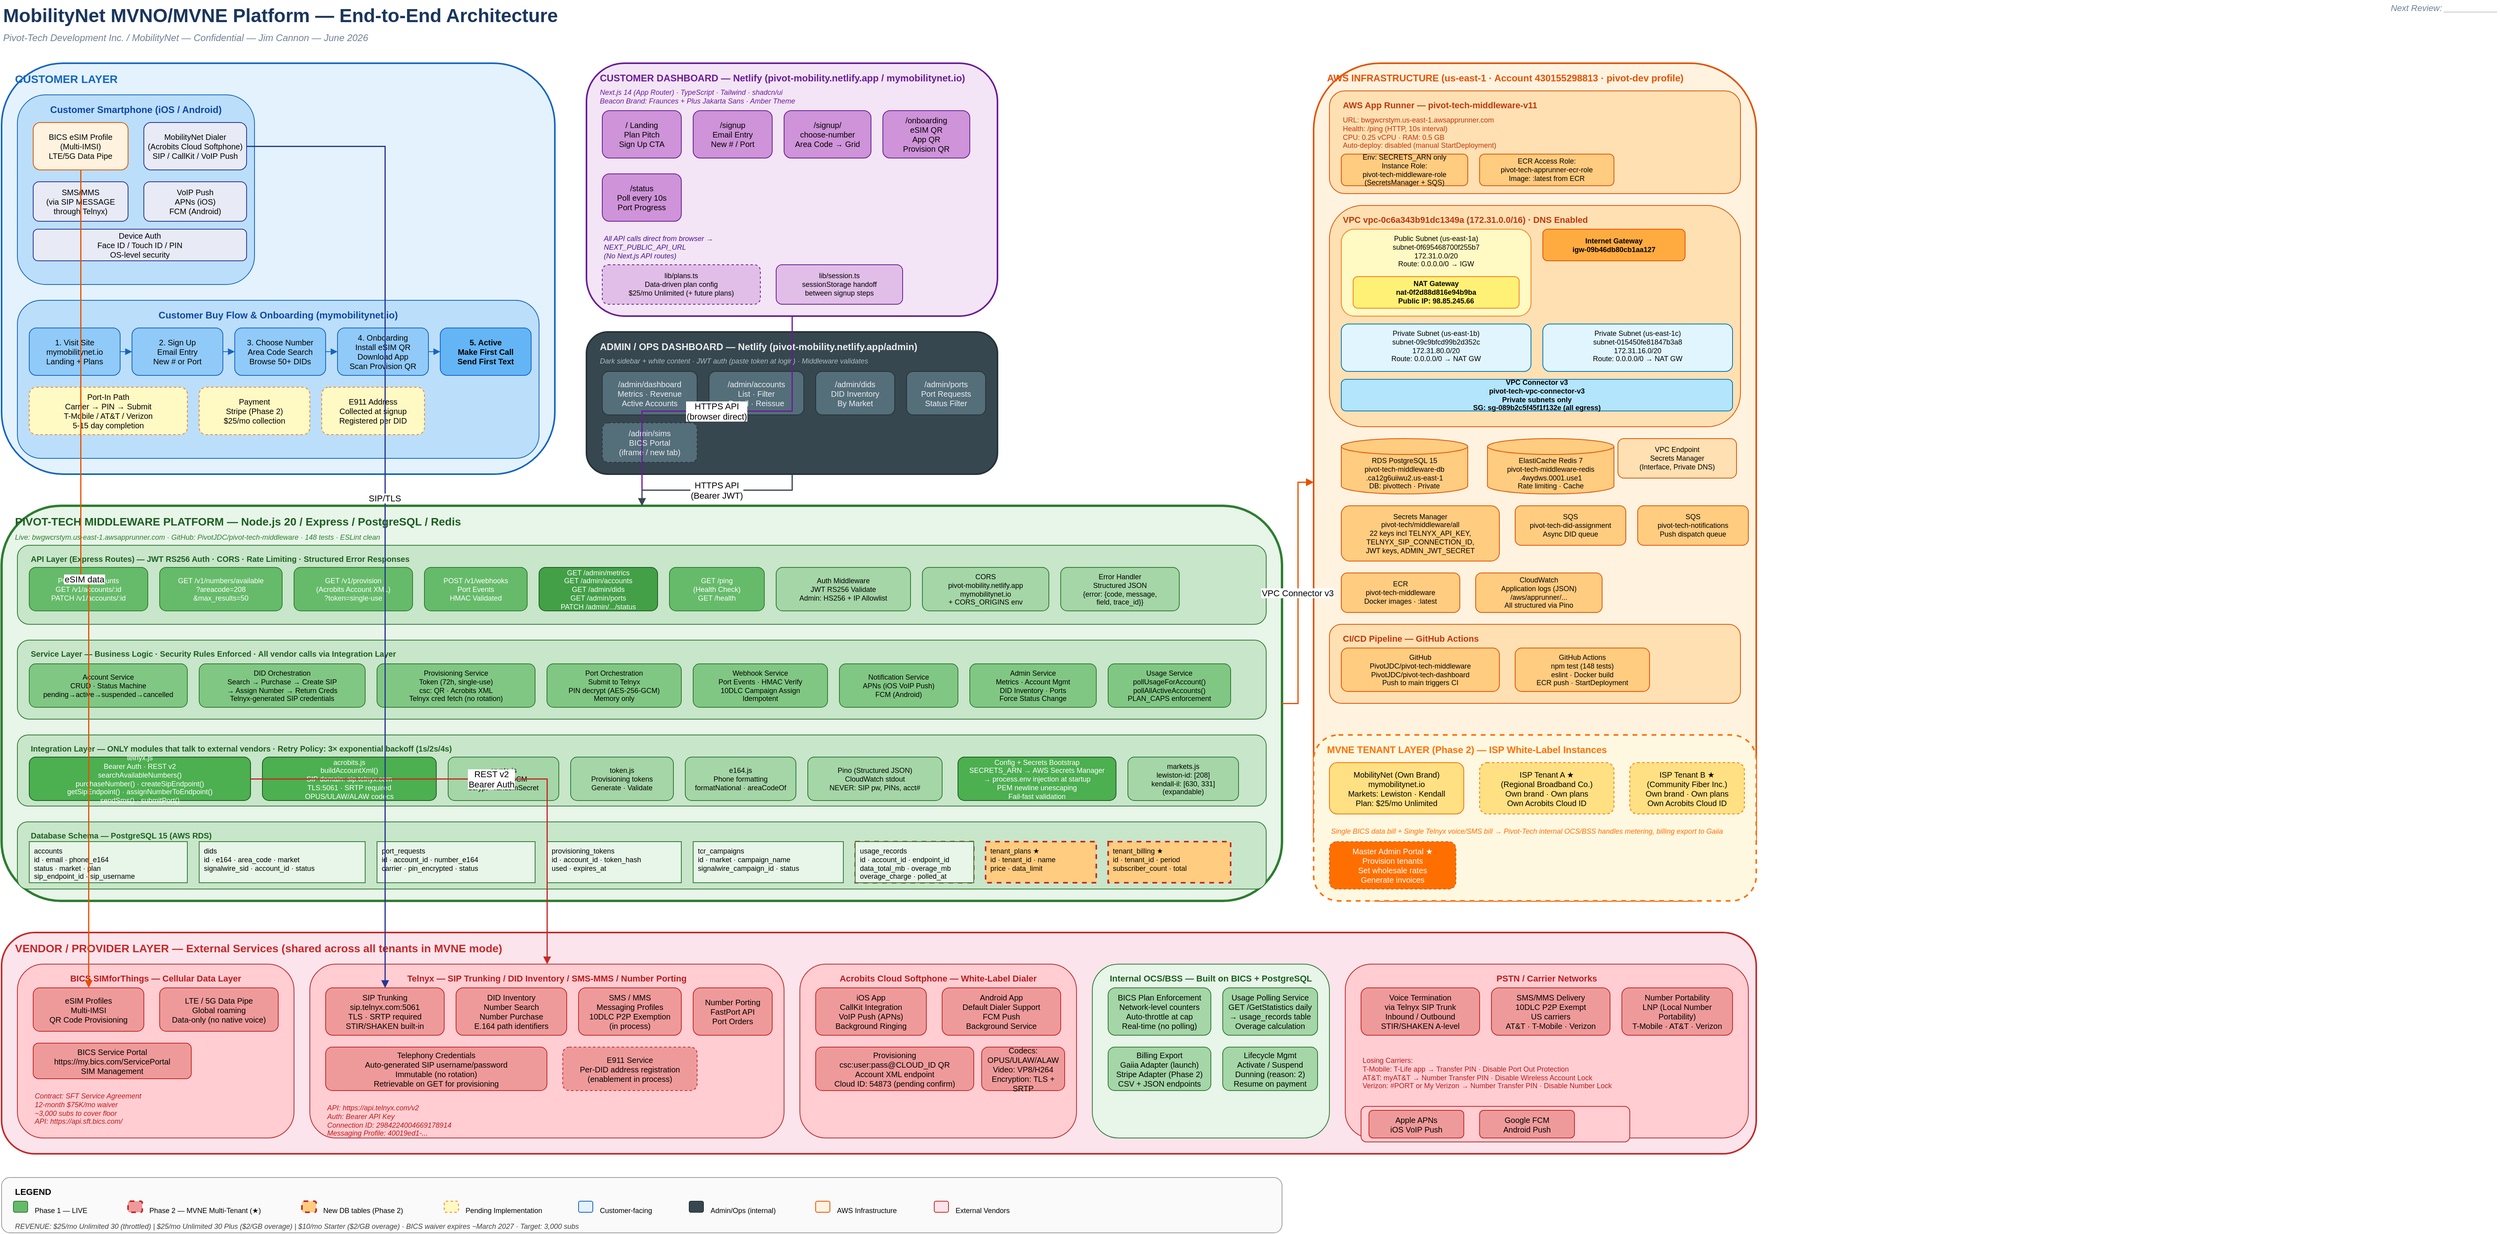
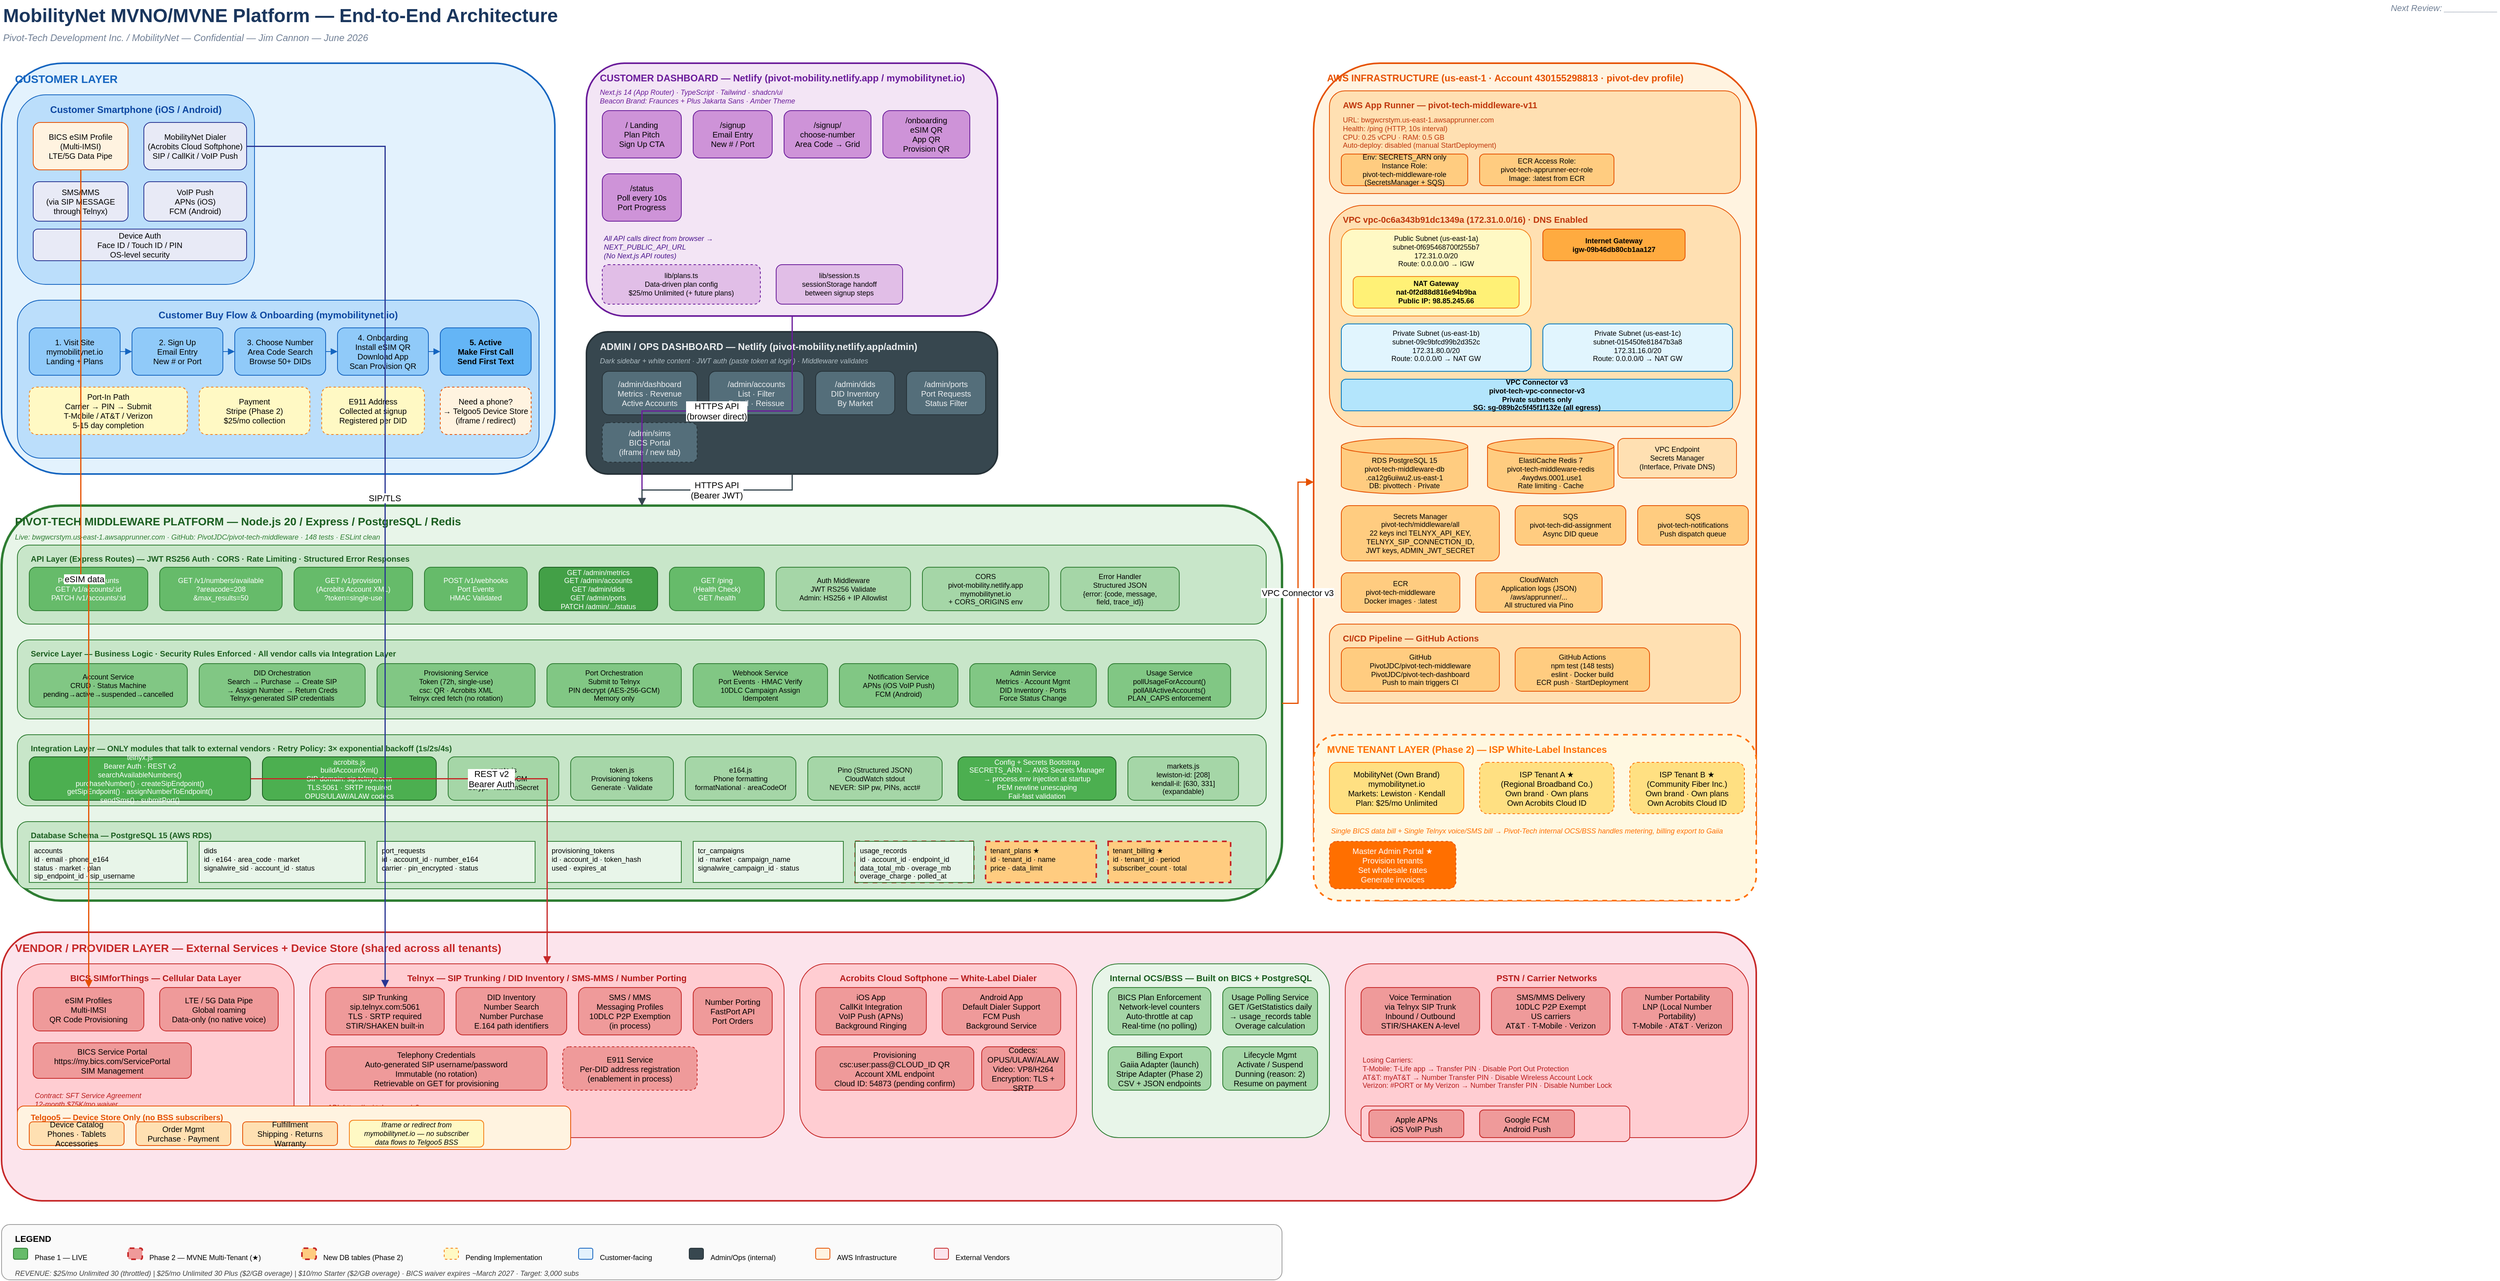
<?xml version="1.0" encoding="UTF-8"?>
<mxfile host="app.diagrams.net" modified="2026-06-24T00:00:00.000Z" agent="Pivot-Tech" version="24.7.6" type="device">
  <diagram id="mobilitynet-e2e" name="MobilityNet E2E Architecture">
    <mxGraphModel dx="2800" dy="2000" grid="1" gridSize="10" guides="1" tooltips="1" connect="1" arrows="1" fold="1" page="1" pageScale="1" pageWidth="3300" pageHeight="2550" math="0" shadow="0">
  <root>
    <mxCell id="0" />
    <mxCell id="1" parent="0" />

    <!-- ============================================================ -->
    <!-- TITLE BLOCK -->
    <!-- ============================================================ -->
    <mxCell id="title" value="MobilityNet MVNO/MVNE Platform — End-to-End Architecture" style="text;html=1;strokeColor=none;fillColor=none;align=left;verticalAlign=middle;whiteSpace=wrap;rounded=0;fontSize=24;fontStyle=1;fontColor=#1a365d;" vertex="1" parent="1">
      <mxGeometry x="40" y="20" width="1600" height="40" as="geometry" />
    </mxCell>
    <mxCell id="subtitle" value="Pivot-Tech Development Inc. / MobilityNet — Confidential — Jim Cannon — June 2026" style="text;html=1;strokeColor=none;fillColor=none;align=left;verticalAlign=middle;whiteSpace=wrap;rounded=0;fontSize=12;fontStyle=2;fontColor=#718096;" vertex="1" parent="1">
      <mxGeometry x="40" y="58" width="1200" height="20" as="geometry" />
    </mxCell>
    <mxCell id="version" value="Next Review: ___________" style="text;html=1;strokeColor=none;fillColor=none;align=right;verticalAlign=middle;whiteSpace=wrap;rounded=0;fontSize=11;fontStyle=2;fontColor=#718096;" vertex="1" parent="1">
      <mxGeometry x="2800" y="20" width="400" height="20" as="geometry" />
    </mxCell>

    <!-- ============================================================ -->
    <!-- ZONE 1: CUSTOMER LAYER (top-left) -->
    <!-- ============================================================ -->
    <mxCell id="customer_bg" value="" style="rounded=1;whiteSpace=wrap;html=1;fillColor=#e3f2fd;strokeColor=#1565c0;strokeWidth=2;verticalAlign=top;" vertex="1" parent="1">
      <mxGeometry x="40" y="100" width="700" height="520" as="geometry" />
    </mxCell>
    <mxCell id="customer_label" value="CUSTOMER LAYER" style="text;html=1;strokeColor=none;fillColor=none;align=left;verticalAlign=top;whiteSpace=wrap;rounded=0;fontSize=14;fontStyle=1;fontColor=#1565c0;" vertex="1" parent="1">
      <mxGeometry x="55" y="105" width="300" height="24" as="geometry" />
    </mxCell>

    <!-- Customer Device -->
    <mxCell id="cust_device_bg" value="" style="rounded=1;whiteSpace=wrap;html=1;fillColor=#bbdefb;strokeColor=#1565c0;strokeWidth=1;" vertex="1" parent="1">
      <mxGeometry x="60" y="140" width="300" height="240" as="geometry" />
    </mxCell>
    <mxCell id="cust_device_label" value="Customer Smartphone (iOS / Android)" style="text;html=1;strokeColor=none;fillColor=none;align=center;verticalAlign=top;whiteSpace=wrap;rounded=0;fontSize=12;fontStyle=1;fontColor=#0d47a1;" vertex="1" parent="1">
      <mxGeometry x="60" y="145" width="300" height="20" as="geometry" />
    </mxCell>
    <mxCell id="esim" value="BICS eSIM Profile&#xa;(Multi-IMSI)&#xa;LTE/5G Data Pipe" style="rounded=1;whiteSpace=wrap;html=1;fillColor=#fff3e0;strokeColor=#e65100;fontSize=10;fontStyle=0;" vertex="1" parent="1">
      <mxGeometry x="80" y="175" width="120" height="60" as="geometry" />
    </mxCell>
    <mxCell id="dialer_app" value="MobilityNet Dialer&#xa;(Acrobits Cloud Softphone)&#xa;SIP / CallKit / VoIP Push" style="rounded=1;whiteSpace=wrap;html=1;fillColor=#e8eaf6;strokeColor=#283593;fontSize=10;fontStyle=0;" vertex="1" parent="1">
      <mxGeometry x="220" y="175" width="130" height="60" as="geometry" />
    </mxCell>
    <mxCell id="native_sms" value="SMS/MMS&#xa;(via SIP MESSAGE&#xa;through Telnyx)" style="rounded=1;whiteSpace=wrap;html=1;fillColor=#e8eaf6;strokeColor=#283593;fontSize=10;" vertex="1" parent="1">
      <mxGeometry x="80" y="250" width="120" height="50" as="geometry" />
    </mxCell>
    <mxCell id="voip_push" value="VoIP Push&#xa;APNs (iOS)&#xa;FCM (Android)" style="rounded=1;whiteSpace=wrap;html=1;fillColor=#e8eaf6;strokeColor=#283593;fontSize=10;" vertex="1" parent="1">
      <mxGeometry x="220" y="250" width="130" height="50" as="geometry" />
    </mxCell>
    <mxCell id="device_auth" value="Device Auth&#xa;Face ID / Touch ID / PIN&#xa;OS-level security" style="rounded=1;whiteSpace=wrap;html=1;fillColor=#e8eaf6;strokeColor=#283593;fontSize=10;" vertex="1" parent="1">
      <mxGeometry x="80" y="310" width="270" height="40" as="geometry" />
    </mxCell>

    <!-- Customer Journey -->
    <mxCell id="journey_bg" value="" style="rounded=1;whiteSpace=wrap;html=1;fillColor=#bbdefb;strokeColor=#1565c0;strokeWidth=1;" vertex="1" parent="1">
      <mxGeometry x="60" y="400" width="660" height="200" as="geometry" />
    </mxCell>
    <mxCell id="journey_label" value="Customer Buy Flow &amp; Onboarding (mymobilitynet.io)" style="text;html=1;strokeColor=none;fillColor=none;align=center;verticalAlign=top;whiteSpace=wrap;rounded=0;fontSize=12;fontStyle=1;fontColor=#0d47a1;" vertex="1" parent="1">
      <mxGeometry x="60" y="405" width="660" height="20" as="geometry" />
    </mxCell>

    <mxCell id="step1" value="1. Visit Site&#xa;mymobilitynet.io&#xa;Landing + Plans" style="rounded=1;whiteSpace=wrap;html=1;fillColor=#90caf9;strokeColor=#1565c0;fontSize=10;" vertex="1" parent="1">
      <mxGeometry x="75" y="435" width="115" height="60" as="geometry" />
    </mxCell>
    <mxCell id="step2" value="2. Sign Up&#xa;Email Entry&#xa;New # or Port" style="rounded=1;whiteSpace=wrap;html=1;fillColor=#90caf9;strokeColor=#1565c0;fontSize=10;" vertex="1" parent="1">
      <mxGeometry x="205" y="435" width="115" height="60" as="geometry" />
    </mxCell>
    <mxCell id="step3" value="3. Choose Number&#xa;Area Code Search&#xa;Browse 50+ DIDs" style="rounded=1;whiteSpace=wrap;html=1;fillColor=#90caf9;strokeColor=#1565c0;fontSize=10;" vertex="1" parent="1">
      <mxGeometry x="335" y="435" width="115" height="60" as="geometry" />
    </mxCell>
    <mxCell id="step4" value="4. Onboarding&#xa;Install eSIM QR&#xa;Download App&#xa;Scan Provision QR" style="rounded=1;whiteSpace=wrap;html=1;fillColor=#90caf9;strokeColor=#1565c0;fontSize=10;" vertex="1" parent="1">
      <mxGeometry x="465" y="435" width="115" height="60" as="geometry" />
    </mxCell>
    <mxCell id="step5" value="5. Active&#xa;Make First Call&#xa;Send First Text" style="rounded=1;whiteSpace=wrap;html=1;fillColor=#64b5f6;strokeColor=#1565c0;fontSize=10;fontStyle=1;" vertex="1" parent="1">
      <mxGeometry x="595" y="435" width="115" height="60" as="geometry" />
    </mxCell>

    <!-- Arrows between steps -->
    <mxCell id="s1s2" value="" style="endArrow=block;endFill=1;strokeColor=#1565c0;" edge="1" parent="1" source="step1" target="step2"><mxGeometry relative="1" as="geometry" /></mxCell>
    <mxCell id="s2s3" value="" style="endArrow=block;endFill=1;strokeColor=#1565c0;" edge="1" parent="1" source="step2" target="step3"><mxGeometry relative="1" as="geometry" /></mxCell>
    <mxCell id="s3s4" value="" style="endArrow=block;endFill=1;strokeColor=#1565c0;" edge="1" parent="1" source="step3" target="step4"><mxGeometry relative="1" as="geometry" /></mxCell>
    <mxCell id="s4s5" value="" style="endArrow=block;endFill=1;strokeColor=#1565c0;" edge="1" parent="1" source="step4" target="step5"><mxGeometry relative="1" as="geometry" /></mxCell>

    <!-- Port flow -->
    <mxCell id="port_flow" value="Port-In Path&#xa;Carrier → PIN → Submit&#xa;T-Mobile / AT&amp;T / Verizon&#xa;5-15 day completion" style="rounded=1;whiteSpace=wrap;html=1;fillColor=#fff9c4;strokeColor=#f57f17;fontSize=10;dashed=1;" vertex="1" parent="1">
      <mxGeometry x="75" y="510" width="200" height="60" as="geometry" />
    </mxCell>
    <mxCell id="payment_flow" value="Payment&#xa;Stripe (Phase 2)&#xa;$25/mo collection" style="rounded=1;whiteSpace=wrap;html=1;fillColor=#fff9c4;strokeColor=#f57f17;fontSize=10;dashed=1;" vertex="1" parent="1">
      <mxGeometry x="290" y="510" width="140" height="60" as="geometry" />
    </mxCell>
    <mxCell id="e911_flow" value="E911 Address&#xa;Collected at signup&#xa;Registered per DID" style="rounded=1;whiteSpace=wrap;html=1;fillColor=#fff9c4;strokeColor=#f57f17;fontSize=10;dashed=1;" vertex="1" parent="1">
      <mxGeometry x="445" y="510" width="130" height="60" as="geometry" />
    </mxCell>

    <!-- ============================================================ -->
    <!-- ZONE 2: CUSTOMER DASHBOARD (Netlify) -->
    <!-- ============================================================ -->
    <mxCell id="netlify_bg" value="" style="rounded=1;whiteSpace=wrap;html=1;fillColor=#f3e5f5;strokeColor=#6a1b9a;strokeWidth=2;verticalAlign=top;" vertex="1" parent="1">
      <mxGeometry x="780" y="100" width="520" height="320" as="geometry" />
    </mxCell>
    <mxCell id="netlify_label" value="CUSTOMER DASHBOARD — Netlify (pivot-mobility.netlify.app / mymobilitynet.io)" style="text;html=1;strokeColor=none;fillColor=none;align=left;verticalAlign=top;whiteSpace=wrap;rounded=0;fontSize=12;fontStyle=1;fontColor=#6a1b9a;" vertex="1" parent="1">
      <mxGeometry x="795" y="105" width="490" height="20" as="geometry" />
    </mxCell>
    <mxCell id="netlify_stack" value="Next.js 14 (App Router) · TypeScript · Tailwind · shadcn/ui&#xa;Beacon Brand: Fraunces + Plus Jakarta Sans · Amber Theme" style="text;html=1;strokeColor=none;fillColor=none;align=left;verticalAlign=top;whiteSpace=wrap;rounded=0;fontSize=9;fontStyle=2;fontColor=#6a1b9a;" vertex="1" parent="1">
      <mxGeometry x="795" y="125" width="490" height="24" as="geometry" />
    </mxCell>

    <mxCell id="pg_landing" value="/ Landing&#xa;Plan Pitch&#xa;Sign Up CTA" style="rounded=1;whiteSpace=wrap;html=1;fillColor=#ce93d8;strokeColor=#6a1b9a;fontSize=10;" vertex="1" parent="1">
      <mxGeometry x="800" y="160" width="100" height="60" as="geometry" />
    </mxCell>
    <mxCell id="pg_signup" value="/signup&#xa;Email Entry&#xa;New # / Port" style="rounded=1;whiteSpace=wrap;html=1;fillColor=#ce93d8;strokeColor=#6a1b9a;fontSize=10;" vertex="1" parent="1">
      <mxGeometry x="915" y="160" width="100" height="60" as="geometry" />
    </mxCell>
    <mxCell id="pg_choose" value="/signup/&#xa;choose-number&#xa;Area Code → Grid" style="rounded=1;whiteSpace=wrap;html=1;fillColor=#ce93d8;strokeColor=#6a1b9a;fontSize=10;" vertex="1" parent="1">
      <mxGeometry x="1030" y="160" width="110" height="60" as="geometry" />
    </mxCell>
    <mxCell id="pg_onboard" value="/onboarding&#xa;eSIM QR&#xa;App QR&#xa;Provision QR" style="rounded=1;whiteSpace=wrap;html=1;fillColor=#ce93d8;strokeColor=#6a1b9a;fontSize=10;" vertex="1" parent="1">
      <mxGeometry x="1155" y="160" width="110" height="60" as="geometry" />
    </mxCell>
    <mxCell id="pg_status" value="/status&#xa;Poll every 10s&#xa;Port Progress" style="rounded=1;whiteSpace=wrap;html=1;fillColor=#ce93d8;strokeColor=#6a1b9a;fontSize=10;" vertex="1" parent="1">
      <mxGeometry x="800" y="240" width="100" height="60" as="geometry" />
    </mxCell>

    <!-- API calls label -->
    <mxCell id="api_calls_label" value="All API calls direct from browser →&#xa;NEXT_PUBLIC_API_URL&#xa;(No Next.js API routes)" style="text;html=1;strokeColor=none;fillColor=none;align=left;verticalAlign=top;whiteSpace=wrap;rounded=0;fontSize=9;fontStyle=2;fontColor=#4a148c;" vertex="1" parent="1">
      <mxGeometry x="800" y="310" width="200" height="40" as="geometry" />
    </mxCell>

    <!-- Data-driven plans -->
    <mxCell id="plans_config" value="lib/plans.ts&#xa;Data-driven plan config&#xa;$25/mo Unlimited (+ future plans)" style="rounded=1;whiteSpace=wrap;html=1;fillColor=#e1bee7;strokeColor=#6a1b9a;fontSize=9;dashed=1;" vertex="1" parent="1">
      <mxGeometry x="800" y="355" width="200" height="50" as="geometry" />
    </mxCell>
    <mxCell id="session_store" value="lib/session.ts&#xa;sessionStorage handoff&#xa;between signup steps" style="rounded=1;whiteSpace=wrap;html=1;fillColor=#e1bee7;strokeColor=#6a1b9a;fontSize=9;" vertex="1" parent="1">
      <mxGeometry x="1020" y="355" width="160" height="50" as="geometry" />
    </mxCell>

    <!-- ============================================================ -->
    <!-- ZONE 3: ADMIN / OPS DASHBOARD -->
    <!-- ============================================================ -->
    <mxCell id="admin_bg" value="" style="rounded=1;whiteSpace=wrap;html=1;fillColor=#37474f;strokeColor=#263238;strokeWidth=2;verticalAlign=top;" vertex="1" parent="1">
      <mxGeometry x="780" y="440" width="520" height="180" as="geometry" />
    </mxCell>
    <mxCell id="admin_label" value="ADMIN / OPS DASHBOARD — Netlify (pivot-mobility.netlify.app/admin)" style="text;html=1;strokeColor=none;fillColor=none;align=left;verticalAlign=top;whiteSpace=wrap;rounded=0;fontSize=12;fontStyle=1;fontColor=#eceff1;" vertex="1" parent="1">
      <mxGeometry x="795" y="445" width="490" height="20" as="geometry" />
    </mxCell>
    <mxCell id="admin_stack" value="Dark sidebar + white content · JWT auth (paste token at login) · Middleware validates" style="text;html=1;strokeColor=none;fillColor=none;align=left;verticalAlign=top;whiteSpace=wrap;rounded=0;fontSize=9;fontStyle=2;fontColor=#b0bec5;" vertex="1" parent="1">
      <mxGeometry x="795" y="465" width="490" height="16" as="geometry" />
    </mxCell>

    <mxCell id="adm_dash" value="/admin/dashboard&#xa;Metrics · Revenue&#xa;Active Accounts" style="rounded=1;whiteSpace=wrap;html=1;fillColor=#546e7a;strokeColor=#263238;fontColor=#eceff1;fontSize=10;" vertex="1" parent="1">
      <mxGeometry x="800" y="490" width="120" height="55" as="geometry" />
    </mxCell>
    <mxCell id="adm_accts" value="/admin/accounts&#xa;List · Filter&#xa;Detail · Reissue" style="rounded=1;whiteSpace=wrap;html=1;fillColor=#546e7a;strokeColor=#263238;fontColor=#eceff1;fontSize=10;" vertex="1" parent="1">
      <mxGeometry x="935" y="490" width="120" height="55" as="geometry" />
    </mxCell>
    <mxCell id="adm_dids" value="/admin/dids&#xa;DID Inventory&#xa;By Market" style="rounded=1;whiteSpace=wrap;html=1;fillColor=#546e7a;strokeColor=#263238;fontColor=#eceff1;fontSize=10;" vertex="1" parent="1">
      <mxGeometry x="1070" y="490" width="100" height="55" as="geometry" />
    </mxCell>
    <mxCell id="adm_ports" value="/admin/ports&#xa;Port Requests&#xa;Status Filter" style="rounded=1;whiteSpace=wrap;html=1;fillColor=#546e7a;strokeColor=#263238;fontColor=#eceff1;fontSize=10;" vertex="1" parent="1">
      <mxGeometry x="1185" y="490" width="100" height="55" as="geometry" />
    </mxCell>
    <mxCell id="adm_sims" value="/admin/sims&#xa;BICS Portal&#xa;(iframe / new tab)" style="rounded=1;whiteSpace=wrap;html=1;fillColor=#546e7a;strokeColor=#263238;fontColor=#eceff1;fontSize=10;dashed=1;" vertex="1" parent="1">
      <mxGeometry x="800" y="555" width="120" height="50" as="geometry" />
    </mxCell>

    <!-- ============================================================ -->
    <!-- ZONE 4: MIDDLEWARE PLATFORM (center) -->
    <!-- ============================================================ -->
    <mxCell id="mw_bg" value="" style="rounded=1;whiteSpace=wrap;html=1;fillColor=#e8f5e9;strokeColor=#2e7d32;strokeWidth=3;verticalAlign=top;" vertex="1" parent="1">
      <mxGeometry x="40" y="660" width="1620" height="500" as="geometry" />
    </mxCell>
    <mxCell id="mw_label" value="PIVOT-TECH MIDDLEWARE PLATFORM — Node.js 20 / Express / PostgreSQL / Redis" style="text;html=1;strokeColor=none;fillColor=none;align=left;verticalAlign=top;whiteSpace=wrap;rounded=0;fontSize=14;fontStyle=1;fontColor=#1b5e20;" vertex="1" parent="1">
      <mxGeometry x="55" y="665" width="800" height="24" as="geometry" />
    </mxCell>
    <mxCell id="mw_url" value="Live: bwgwcrstym.us-east-1.awsapprunner.com · GitHub: PivotJDC/pivot-tech-middleware · 148 tests · ESLint clean" style="text;html=1;strokeColor=none;fillColor=none;align=left;verticalAlign=top;whiteSpace=wrap;rounded=0;fontSize=9;fontStyle=2;fontColor=#2e7d32;" vertex="1" parent="1">
      <mxGeometry x="55" y="688" width="800" height="16" as="geometry" />
    </mxCell>

    <!-- API Layer -->
    <mxCell id="api_layer_bg" value="" style="rounded=1;whiteSpace=wrap;html=1;fillColor=#c8e6c9;strokeColor=#2e7d32;strokeWidth=1;" vertex="1" parent="1">
      <mxGeometry x="60" y="710" width="1580" height="100" as="geometry" />
    </mxCell>
    <mxCell id="api_layer_label" value="API Layer (Express Routes) — JWT RS256 Auth · CORS · Rate Limiting · Structured Error Responses" style="text;html=1;strokeColor=none;fillColor=none;align=left;verticalAlign=top;whiteSpace=wrap;rounded=0;fontSize=10;fontStyle=1;fontColor=#1b5e20;" vertex="1" parent="1">
      <mxGeometry x="75" y="715" width="700" height="16" as="geometry" />
    </mxCell>

    <mxCell id="rt_accounts" value="POST /v1/accounts&#xa;GET /v1/accounts/:id&#xa;PATCH /v1/accounts/:id" style="rounded=1;whiteSpace=wrap;html=1;fillColor=#66bb6a;strokeColor=#2e7d32;fontSize=9;fontColor=#ffffff;" vertex="1" parent="1">
      <mxGeometry x="75" y="738" width="150" height="55" as="geometry" />
    </mxCell>
    <mxCell id="rt_numbers" value="GET /v1/numbers/available&#xa;?areacode=208&#xa;&amp;max_results=50" style="rounded=1;whiteSpace=wrap;html=1;fillColor=#66bb6a;strokeColor=#2e7d32;fontSize=9;fontColor=#ffffff;" vertex="1" parent="1">
      <mxGeometry x="240" y="738" width="155" height="55" as="geometry" />
    </mxCell>
    <mxCell id="rt_provision" value="GET /v1/provision&#xa;(Acrobits Account XML)&#xa;?token=single-use" style="rounded=1;whiteSpace=wrap;html=1;fillColor=#66bb6a;strokeColor=#2e7d32;fontSize=9;fontColor=#ffffff;" vertex="1" parent="1">
      <mxGeometry x="410" y="738" width="150" height="55" as="geometry" />
    </mxCell>
    <mxCell id="rt_webhooks" value="POST /v1/webhooks&#xa;Port Events&#xa;HMAC Validated" style="rounded=1;whiteSpace=wrap;html=1;fillColor=#66bb6a;strokeColor=#2e7d32;fontSize=9;fontColor=#ffffff;" vertex="1" parent="1">
      <mxGeometry x="575" y="738" width="130" height="55" as="geometry" />
    </mxCell>
    <mxCell id="rt_admin" value="GET /admin/metrics&#xa;GET /admin/accounts&#xa;GET /admin/dids&#xa;GET /admin/ports&#xa;PATCH /admin/.../status" style="rounded=1;whiteSpace=wrap;html=1;fillColor=#43a047;strokeColor=#1b5e20;fontSize=9;fontColor=#ffffff;" vertex="1" parent="1">
      <mxGeometry x="720" y="738" width="150" height="55" as="geometry" />
    </mxCell>
    <mxCell id="rt_ping" value="GET /ping&#xa;(Health Check)&#xa;GET /health" style="rounded=1;whiteSpace=wrap;html=1;fillColor=#66bb6a;strokeColor=#2e7d32;fontSize=9;fontColor=#ffffff;" vertex="1" parent="1">
      <mxGeometry x="885" y="738" width="120" height="55" as="geometry" />
    </mxCell>

    <!-- Middleware -->
    <mxCell id="mw_auth" value="Auth Middleware&#xa;JWT RS256 Validate&#xa;Admin: HS256 + IP Allowlist" style="rounded=1;whiteSpace=wrap;html=1;fillColor=#a5d6a7;strokeColor=#2e7d32;fontSize=9;" vertex="1" parent="1">
      <mxGeometry x="1020" y="738" width="170" height="55" as="geometry" />
    </mxCell>
    <mxCell id="mw_cors" value="CORS&#xa;pivot-mobility.netlify.app&#xa;mymobilitynet.io&#xa;+ CORS_ORIGINS env" style="rounded=1;whiteSpace=wrap;html=1;fillColor=#a5d6a7;strokeColor=#2e7d32;fontSize=9;" vertex="1" parent="1">
      <mxGeometry x="1205" y="738" width="160" height="55" as="geometry" />
    </mxCell>
    <mxCell id="mw_error" value="Error Handler&#xa;Structured JSON&#xa;{error: {code, message,&#xa;field, trace_id}}" style="rounded=1;whiteSpace=wrap;html=1;fillColor=#a5d6a7;strokeColor=#2e7d32;fontSize=9;" vertex="1" parent="1">
      <mxGeometry x="1380" y="738" width="150" height="55" as="geometry" />
    </mxCell>

    <!-- Services Layer -->
    <mxCell id="svc_layer_bg" value="" style="rounded=1;whiteSpace=wrap;html=1;fillColor=#c8e6c9;strokeColor=#2e7d32;strokeWidth=1;" vertex="1" parent="1">
      <mxGeometry x="60" y="830" width="1580" height="100" as="geometry" />
    </mxCell>
    <mxCell id="svc_layer_label" value="Service Layer — Business Logic · Security Rules Enforced · All vendor calls via Integration Layer" style="text;html=1;strokeColor=none;fillColor=none;align=left;verticalAlign=top;whiteSpace=wrap;rounded=0;fontSize=10;fontStyle=1;fontColor=#1b5e20;" vertex="1" parent="1">
      <mxGeometry x="75" y="835" width="700" height="16" as="geometry" />
    </mxCell>

    <mxCell id="svc_account" value="Account Service&#xa;CRUD · Status Machine&#xa;pending→active→suspended→cancelled" style="rounded=1;whiteSpace=wrap;html=1;fillColor=#81c784;strokeColor=#2e7d32;fontSize=9;" vertex="1" parent="1">
      <mxGeometry x="75" y="860" width="200" height="55" as="geometry" />
    </mxCell>
    <mxCell id="svc_did" value="DID Orchestration&#xa;Search → Purchase → Create SIP&#xa;→ Assign Number → Return Creds&#xa;Telnyx-generated SIP credentials" style="rounded=1;whiteSpace=wrap;html=1;fillColor=#81c784;strokeColor=#2e7d32;fontSize=9;" vertex="1" parent="1">
      <mxGeometry x="290" y="860" width="210" height="55" as="geometry" />
    </mxCell>
    <mxCell id="svc_provision" value="Provisioning Service&#xa;Token (72h, single-use)&#xa;csc: QR · Acrobits XML&#xa;Telnyx cred fetch (no rotation)" style="rounded=1;whiteSpace=wrap;html=1;fillColor=#81c784;strokeColor=#2e7d32;fontSize=9;" vertex="1" parent="1">
      <mxGeometry x="515" y="860" width="200" height="55" as="geometry" />
    </mxCell>
    <mxCell id="svc_port" value="Port Orchestration&#xa;Submit to Telnyx&#xa;PIN decrypt (AES-256-GCM)&#xa;Memory only" style="rounded=1;whiteSpace=wrap;html=1;fillColor=#81c784;strokeColor=#2e7d32;fontSize=9;" vertex="1" parent="1">
      <mxGeometry x="730" y="860" width="170" height="55" as="geometry" />
    </mxCell>
    <mxCell id="svc_webhook" value="Webhook Service&#xa;Port Events · HMAC Verify&#xa;10DLC Campaign Assign&#xa;Idempotent" style="rounded=1;whiteSpace=wrap;html=1;fillColor=#81c784;strokeColor=#2e7d32;fontSize=9;" vertex="1" parent="1">
      <mxGeometry x="915" y="860" width="170" height="55" as="geometry" />
    </mxCell>
    <mxCell id="svc_notify" value="Notification Service&#xa;APNs (iOS VoIP Push)&#xa;FCM (Android)" style="rounded=1;whiteSpace=wrap;html=1;fillColor=#81c784;strokeColor=#2e7d32;fontSize=9;" vertex="1" parent="1">
      <mxGeometry x="1100" y="860" width="150" height="55" as="geometry" />
    </mxCell>
    <mxCell id="svc_admin" value="Admin Service&#xa;Metrics · Account Mgmt&#xa;DID Inventory · Ports&#xa;Force Status Change" style="rounded=1;whiteSpace=wrap;html=1;fillColor=#81c784;strokeColor=#2e7d32;fontSize=9;" vertex="1" parent="1">
      <mxGeometry x="1265" y="860" width="160" height="55" as="geometry" />
    </mxCell>
    <!-- Integration Layer -->
    <mxCell id="int_layer_bg" value="" style="rounded=1;whiteSpace=wrap;html=1;fillColor=#c8e6c9;strokeColor=#2e7d32;strokeWidth=1;" vertex="1" parent="1">
      <mxGeometry x="60" y="950" width="1580" height="90" as="geometry" />
    </mxCell>
    <mxCell id="int_layer_label" value="Integration Layer — ONLY modules that talk to external vendors · Retry Policy: 3× exponential backoff (1s/2s/4s)" style="text;html=1;strokeColor=none;fillColor=none;align=left;verticalAlign=top;whiteSpace=wrap;rounded=0;fontSize=10;fontStyle=1;fontColor=#1b5e20;" vertex="1" parent="1">
      <mxGeometry x="75" y="955" width="800" height="16" as="geometry" />
    </mxCell>

    <mxCell id="int_telnyx" value="telnyx.js&#xa;Bearer Auth · REST v2&#xa;searchAvailableNumbers()&#xa;purchaseNumber() · createSipEndpoint()&#xa;getSipEndpoint() · assignNumberToEndpoint()&#xa;sendSms() · submitPort()" style="rounded=1;whiteSpace=wrap;html=1;fillColor=#4caf50;strokeColor=#1b5e20;fontSize=9;fontColor=#ffffff;" vertex="1" parent="1">
      <mxGeometry x="75" y="978" width="280" height="55" as="geometry" />
    </mxCell>
    <mxCell id="int_acrobits" value="acrobits.js&#xa;buildAccountXml()&#xa;SIP domain: sip.telnyx.com&#xa;TLS:5061 · SRTP required&#xa;OPUS/ULAW/ALAW codecs" style="rounded=1;whiteSpace=wrap;html=1;fillColor=#4caf50;strokeColor=#1b5e20;fontSize=9;fontColor=#ffffff;" vertex="1" parent="1">
      <mxGeometry x="370" y="978" width="220" height="55" as="geometry" />
    </mxCell>

    <!-- Utility modules -->
    <mxCell id="util_crypto" value="crypto.js&#xa;AES-256-GCM&#xa;bcrypt · randomSecret" style="rounded=1;whiteSpace=wrap;html=1;fillColor=#a5d6a7;strokeColor=#2e7d32;fontSize=9;" vertex="1" parent="1">
      <mxGeometry x="605" y="978" width="140" height="55" as="geometry" />
    </mxCell>
    <mxCell id="util_token" value="token.js&#xa;Provisioning tokens&#xa;Generate · Validate" style="rounded=1;whiteSpace=wrap;html=1;fillColor=#a5d6a7;strokeColor=#2e7d32;fontSize=9;" vertex="1" parent="1">
      <mxGeometry x="760" y="978" width="130" height="55" as="geometry" />
    </mxCell>
    <mxCell id="util_e164" value="e164.js&#xa;Phone formatting&#xa;formatNational · areaCodeOf" style="rounded=1;whiteSpace=wrap;html=1;fillColor=#a5d6a7;strokeColor=#2e7d32;fontSize=9;" vertex="1" parent="1">
      <mxGeometry x="905" y="978" width="140" height="55" as="geometry" />
    </mxCell>
    <mxCell id="util_logger" value="Pino (Structured JSON)&#xa;CloudWatch stdout&#xa;NEVER: SIP pw, PINs, acct#" style="rounded=1;whiteSpace=wrap;html=1;fillColor=#a5d6a7;strokeColor=#2e7d32;fontSize=9;" vertex="1" parent="1">
      <mxGeometry x="1060" y="978" width="170" height="55" as="geometry" />
    </mxCell>

    <!-- Config / Secrets bootstrap -->
    <mxCell id="config_secrets" value="Config + Secrets Bootstrap&#xa;SECRETS_ARN → AWS Secrets Manager&#xa;→ process.env injection at startup&#xa;PEM newline unescaping&#xa;Fail-fast validation" style="rounded=1;whiteSpace=wrap;html=1;fillColor=#4caf50;strokeColor=#1b5e20;fontSize=9;fontColor=#ffffff;" vertex="1" parent="1">
      <mxGeometry x="1250" y="978" width="200" height="55" as="geometry" />
    </mxCell>
    <mxCell id="markets_config" value="markets.js&#xa;lewiston-id: [208]&#xa;kendall-il: [630, 331]&#xa;(expandable)" style="rounded=1;whiteSpace=wrap;html=1;fillColor=#a5d6a7;strokeColor=#2e7d32;fontSize=9;" vertex="1" parent="1">
      <mxGeometry x="1465" y="978" width="140" height="55" as="geometry" />
    </mxCell>

    <!-- Database schema -->
    <mxCell id="db_layer_bg" value="" style="rounded=1;whiteSpace=wrap;html=1;fillColor=#c8e6c9;strokeColor=#2e7d32;strokeWidth=1;" vertex="1" parent="1">
      <mxGeometry x="60" y="1060" width="1580" height="85" as="geometry" />
    </mxCell>
    <mxCell id="db_layer_label" value="Database Schema — PostgreSQL 15 (AWS RDS)" style="text;html=1;strokeColor=none;fillColor=none;align=left;verticalAlign=top;whiteSpace=wrap;rounded=0;fontSize=10;fontStyle=1;fontColor=#1b5e20;" vertex="1" parent="1">
      <mxGeometry x="75" y="1065" width="400" height="16" as="geometry" />
    </mxCell>

    <mxCell id="tbl_accounts" value="accounts&#xa;id · email · phone_e164&#xa;status · market · plan&#xa;sip_endpoint_id · sip_username" style="rounded=0;whiteSpace=wrap;html=1;fillColor=#e8f5e9;strokeColor=#2e7d32;fontSize=9;align=left;spacingLeft=4;verticalAlign=top;" vertex="1" parent="1">
      <mxGeometry x="75" y="1085" width="200" height="52" as="geometry" />
    </mxCell>
    <mxCell id="tbl_dids" value="dids&#xa;id · e164 · area_code · market&#xa;signalwire_sid · account_id · status" style="rounded=0;whiteSpace=wrap;html=1;fillColor=#e8f5e9;strokeColor=#2e7d32;fontSize=9;align=left;spacingLeft=4;verticalAlign=top;" vertex="1" parent="1">
      <mxGeometry x="290" y="1085" width="210" height="52" as="geometry" />
    </mxCell>
    <mxCell id="tbl_ports" value="port_requests&#xa;id · account_id · number_e164&#xa;carrier · pin_encrypted · status" style="rounded=0;whiteSpace=wrap;html=1;fillColor=#e8f5e9;strokeColor=#2e7d32;fontSize=9;align=left;spacingLeft=4;verticalAlign=top;" vertex="1" parent="1">
      <mxGeometry x="515" y="1085" width="200" height="52" as="geometry" />
    </mxCell>
    <mxCell id="tbl_tokens" value="provisioning_tokens&#xa;id · account_id · token_hash&#xa;used · expires_at" style="rounded=0;whiteSpace=wrap;html=1;fillColor=#e8f5e9;strokeColor=#2e7d32;fontSize=9;align=left;spacingLeft=4;verticalAlign=top;" vertex="1" parent="1">
      <mxGeometry x="730" y="1085" width="170" height="52" as="geometry" />
    </mxCell>
    <mxCell id="tbl_campaigns" value="tcr_campaigns&#xa;id · market · campaign_name&#xa;signalwire_campaign_id · status" style="rounded=0;whiteSpace=wrap;html=1;fillColor=#e8f5e9;strokeColor=#2e7d32;fontSize=9;align=left;spacingLeft=4;verticalAlign=top;" vertex="1" parent="1">
      <mxGeometry x="915" y="1085" width="190" height="52" as="geometry" />
    </mxCell>

    <!-- Phase 2 tenant tables -->
    <mxCell id="tbl_tenants" value="tenants ★&#xa;id · name · slug · brand&#xa;acrobits_cloud_id&#xa;wholesale_rate" style="rounded=0;whiteSpace=wrap;html=1;fillColor=#ffcc80;strokeColor=#c62828;fontSize=9;align=left;spacingLeft=4;verticalAlign=top;dashed=1;strokeWidth=2;" vertex="1" parent="1">
      <mxGeometry x="1120" y="1085" width="150" height="52" as="geometry" />
    </mxCell>
    <mxCell id="tbl_tenant_plans" value="tenant_plans ★&#xa;id · tenant_id · name&#xa;price · data_limit" style="rounded=0;whiteSpace=wrap;html=1;fillColor=#ffcc80;strokeColor=#c62828;fontSize=9;align=left;spacingLeft=4;verticalAlign=top;dashed=1;strokeWidth=2;" vertex="1" parent="1">
      <mxGeometry x="1285" y="1085" width="140" height="52" as="geometry" />
    </mxCell>
    <mxCell id="tbl_tenant_billing" value="tenant_billing ★&#xa;id · tenant_id · period&#xa;subscriber_count · total" style="rounded=0;whiteSpace=wrap;html=1;fillColor=#ffcc80;strokeColor=#c62828;fontSize=9;align=left;spacingLeft=4;verticalAlign=top;dashed=1;strokeWidth=2;" vertex="1" parent="1">
      <mxGeometry x="1440" y="1085" width="155" height="52" as="geometry" />
    </mxCell>

    <!-- ============================================================ -->
    <!-- ZONE 5: AWS INFRASTRUCTURE (right side) -->
    <!-- ============================================================ -->
    <mxCell id="aws_bg" value="" style="rounded=1;whiteSpace=wrap;html=1;fillColor=#fff3e0;strokeColor=#e65100;strokeWidth=2;verticalAlign=top;" vertex="1" parent="1">
      <mxGeometry x="1700" y="100" width="560" height="1060" as="geometry" />
    </mxCell>
    <mxCell id="aws_label" value="AWS INFRASTRUCTURE (us-east-1 · Account 430155298813 · pivot-dev profile)" style="text;html=1;strokeColor=none;fillColor=none;align=left;verticalAlign=top;whiteSpace=wrap;rounded=0;fontSize=12;fontStyle=1;fontColor=#e65100;" vertex="1" parent="1">
      <mxGeometry x="1715" y="105" width="530" height="20" as="geometry" />
    </mxCell>

    <!-- App Runner -->
    <mxCell id="apprunner_bg" value="" style="rounded=1;whiteSpace=wrap;html=1;fillColor=#ffe0b2;strokeColor=#e65100;strokeWidth=1;" vertex="1" parent="1">
      <mxGeometry x="1720" y="135" width="520" height="130" as="geometry" />
    </mxCell>
    <mxCell id="apprunner_label" value="AWS App Runner — pivot-tech-middleware-v11" style="text;html=1;strokeColor=none;fillColor=none;align=left;verticalAlign=top;whiteSpace=wrap;rounded=0;fontSize=11;fontStyle=1;fontColor=#bf360c;" vertex="1" parent="1">
      <mxGeometry x="1735" y="140" width="400" height="18" as="geometry" />
    </mxCell>
    <mxCell id="apprunner_url" value="URL: bwgwcrstym.us-east-1.awsapprunner.com&#xa;Health: /ping (HTTP, 10s interval)&#xa;CPU: 0.25 vCPU · RAM: 0.5 GB&#xa;Auto-deploy: disabled (manual StartDeployment)" style="text;html=1;strokeColor=none;fillColor=none;align=left;verticalAlign=top;whiteSpace=wrap;rounded=0;fontSize=9;fontColor=#bf360c;" vertex="1" parent="1">
      <mxGeometry x="1735" y="160" width="350" height="50" as="geometry" />
    </mxCell>
    <mxCell id="apprunner_env" value="Env: SECRETS_ARN only&#xa;Instance Role:&#xa;pivot-tech-middleware-role&#xa;(SecretsManager + SQS)" style="rounded=1;whiteSpace=wrap;html=1;fillColor=#ffcc80;strokeColor=#e65100;fontSize=9;" vertex="1" parent="1">
      <mxGeometry x="1735" y="215" width="160" height="40" as="geometry" />
    </mxCell>
    <mxCell id="apprunner_ecr" value="ECR Access Role:&#xa;pivot-tech-apprunner-ecr-role&#xa;Image: :latest from ECR" style="rounded=1;whiteSpace=wrap;html=1;fillColor=#ffcc80;strokeColor=#e65100;fontSize=9;" vertex="1" parent="1">
      <mxGeometry x="1910" y="215" width="170" height="40" as="geometry" />
    </mxCell>

    <!-- VPC -->
    <mxCell id="vpc_bg" value="" style="rounded=1;whiteSpace=wrap;html=1;fillColor=#ffe0b2;strokeColor=#e65100;strokeWidth=1;" vertex="1" parent="1">
      <mxGeometry x="1720" y="280" width="520" height="280" as="geometry" />
    </mxCell>
    <mxCell id="vpc_label" value="VPC vpc-0c6a343b91dc1349a (172.31.0.0/16) · DNS Enabled" style="text;html=1;strokeColor=none;fillColor=none;align=left;verticalAlign=top;whiteSpace=wrap;rounded=0;fontSize=11;fontStyle=1;fontColor=#bf360c;" vertex="1" parent="1">
      <mxGeometry x="1735" y="285" width="490" height="18" as="geometry" />
    </mxCell>

    <!-- Public subnet -->
    <mxCell id="pub_subnet" value="Public Subnet (us-east-1a)&#xa;subnet-0f695468700f255b7&#xa;172.31.0.0/20&#xa;Route: 0.0.0.0/0 → IGW" style="rounded=1;whiteSpace=wrap;html=1;fillColor=#fff9c4;strokeColor=#f57f17;fontSize=9;verticalAlign=top;" vertex="1" parent="1">
      <mxGeometry x="1735" y="310" width="240" height="110" as="geometry" />
    </mxCell>
    <mxCell id="nat_gw" value="NAT Gateway&#xa;nat-0f2d88d816e94b9ba&#xa;Public IP: 98.85.245.66" style="rounded=1;whiteSpace=wrap;html=1;fillColor=#fff176;strokeColor=#f57f17;fontSize=9;fontStyle=1;" vertex="1" parent="1">
      <mxGeometry x="1750" y="370" width="210" height="40" as="geometry" />
    </mxCell>
    <mxCell id="igw" value="Internet Gateway&#xa;igw-09b46db80cb1aa127" style="rounded=1;whiteSpace=wrap;html=1;fillColor=#ffab40;strokeColor=#e65100;fontSize=9;fontStyle=1;" vertex="1" parent="1">
      <mxGeometry x="1990" y="310" width="180" height="40" as="geometry" />
    </mxCell>

    <!-- Private subnets -->
    <mxCell id="priv_subnet_b" value="Private Subnet (us-east-1b)&#xa;subnet-09c9bfcd99b2d352c&#xa;172.31.80.0/20&#xa;Route: 0.0.0.0/0 → NAT GW" style="rounded=1;whiteSpace=wrap;html=1;fillColor=#e1f5fe;strokeColor=#0277bd;fontSize=9;verticalAlign=top;" vertex="1" parent="1">
      <mxGeometry x="1735" y="430" width="240" height="60" as="geometry" />
    </mxCell>
    <mxCell id="priv_subnet_c" value="Private Subnet (us-east-1c)&#xa;subnet-015450fe81847b3a8&#xa;172.31.16.0/20&#xa;Route: 0.0.0.0/0 → NAT GW" style="rounded=1;whiteSpace=wrap;html=1;fillColor=#e1f5fe;strokeColor=#0277bd;fontSize=9;verticalAlign=top;" vertex="1" parent="1">
      <mxGeometry x="1990" y="430" width="240" height="60" as="geometry" />
    </mxCell>
    <mxCell id="vpc_connector" value="VPC Connector v3&#xa;pivot-tech-vpc-connector-v3&#xa;Private subnets only&#xa;SG: sg-089b2c5f45f1f132e (all egress)" style="rounded=1;whiteSpace=wrap;html=1;fillColor=#b3e5fc;strokeColor=#0277bd;fontSize=9;fontStyle=1;" vertex="1" parent="1">
      <mxGeometry x="1735" y="500" width="495" height="40" as="geometry" />
    </mxCell>

    <!-- Data stores -->
    <mxCell id="rds" value="RDS PostgreSQL 15&#xa;pivot-tech-middleware-db&#xa;.ca12g6uiiwu2.us-east-1&#xa;DB: pivottech · Private" style="shape=cylinder3;whiteSpace=wrap;html=1;boundedLbl=1;backgroundOutline=1;size=10;fillColor=#ffcc80;strokeColor=#e65100;fontSize=9;" vertex="1" parent="1">
      <mxGeometry x="1735" y="575" width="160" height="70" as="geometry" />
    </mxCell>
    <mxCell id="redis" value="ElastiCache Redis 7&#xa;pivot-tech-middleware-redis&#xa;.4wydws.0001.use1&#xa;Rate limiting · Cache" style="shape=cylinder3;whiteSpace=wrap;html=1;boundedLbl=1;backgroundOutline=1;size=10;fillColor=#ffcc80;strokeColor=#e65100;fontSize=9;" vertex="1" parent="1">
      <mxGeometry x="1920" y="575" width="160" height="70" as="geometry" />
    </mxCell>

    <!-- Other AWS services -->
    <mxCell id="secrets_mgr" value="Secrets Manager&#xa;pivot-tech/middleware/all&#xa;22 keys incl TELNYX_API_KEY,&#xa;TELNYX_SIP_CONNECTION_ID,&#xa;JWT keys, ADMIN_JWT_SECRET" style="rounded=1;whiteSpace=wrap;html=1;fillColor=#ffcc80;strokeColor=#e65100;fontSize=9;" vertex="1" parent="1">
      <mxGeometry x="1735" y="660" width="200" height="70" as="geometry" />
    </mxCell>
    <mxCell id="sqs_did" value="SQS&#xa;pivot-tech-did-assignment&#xa;Async DID queue" style="rounded=1;whiteSpace=wrap;html=1;fillColor=#ffcc80;strokeColor=#e65100;fontSize=9;" vertex="1" parent="1">
      <mxGeometry x="1955" y="660" width="140" height="50" as="geometry" />
    </mxCell>
    <mxCell id="sqs_notify" value="SQS&#xa;pivot-tech-notifications&#xa;Push dispatch queue" style="rounded=1;whiteSpace=wrap;html=1;fillColor=#ffcc80;strokeColor=#e65100;fontSize=9;" vertex="1" parent="1">
      <mxGeometry x="2110" y="660" width="140" height="50" as="geometry" />
    </mxCell>
    <mxCell id="ecr" value="ECR&#xa;pivot-tech-middleware&#xa;Docker images · :latest" style="rounded=1;whiteSpace=wrap;html=1;fillColor=#ffcc80;strokeColor=#e65100;fontSize=9;" vertex="1" parent="1">
      <mxGeometry x="1735" y="745" width="150" height="50" as="geometry" />
    </mxCell>
    <mxCell id="cloudwatch" value="CloudWatch&#xa;Application logs (JSON)&#xa;/aws/apprunner/...&#xa;All structured via Pino" style="rounded=1;whiteSpace=wrap;html=1;fillColor=#ffcc80;strokeColor=#e65100;fontSize=9;" vertex="1" parent="1">
      <mxGeometry x="1905" y="745" width="160" height="50" as="geometry" />
    </mxCell>

    <!-- VPC Endpoints -->
    <mxCell id="vpce_sm" value="VPC Endpoint&#xa;Secrets Manager&#xa;(Interface, Private DNS)" style="rounded=1;whiteSpace=wrap;html=1;fillColor=#ffe0b2;strokeColor=#e65100;fontSize=9;" vertex="1" parent="1">
      <mxGeometry x="2085" y="575" width="150" height="50" as="geometry" />
    </mxCell>

    <!-- CI/CD -->
    <mxCell id="cicd_bg" value="" style="rounded=1;whiteSpace=wrap;html=1;fillColor=#ffe0b2;strokeColor=#e65100;strokeWidth=1;" vertex="1" parent="1">
      <mxGeometry x="1720" y="810" width="520" height="100" as="geometry" />
    </mxCell>
    <mxCell id="cicd_label" value="CI/CD Pipeline — GitHub Actions" style="text;html=1;strokeColor=none;fillColor=none;align=left;verticalAlign=top;whiteSpace=wrap;rounded=0;fontSize=11;fontStyle=1;fontColor=#bf360c;" vertex="1" parent="1">
      <mxGeometry x="1735" y="815" width="300" height="18" as="geometry" />
    </mxCell>
    <mxCell id="github" value="GitHub&#xa;PivotJDC/pivot-tech-middleware&#xa;PivotJDC/pivot-tech-dashboard&#xa;Push to main triggers CI" style="rounded=1;whiteSpace=wrap;html=1;fillColor=#ffcc80;strokeColor=#e65100;fontSize=9;" vertex="1" parent="1">
      <mxGeometry x="1735" y="840" width="200" height="55" as="geometry" />
    </mxCell>
    <mxCell id="ci_pipeline" value="GitHub Actions&#xa;npm test (148 tests)&#xa;eslint · Docker build&#xa;ECR push · StartDeployment" style="rounded=1;whiteSpace=wrap;html=1;fillColor=#ffcc80;strokeColor=#e65100;fontSize=9;" vertex="1" parent="1">
      <mxGeometry x="1955" y="840" width="170" height="55" as="geometry" />
    </mxCell>

    <!-- ============================================================ -->
    <!-- ZONE 6: VENDOR / PROVIDER LAYER (bottom) -->
    <!-- ============================================================ -->
    <mxCell id="vendor_bg" value="" style="rounded=1;whiteSpace=wrap;html=1;fillColor=#fce4ec;strokeColor=#c62828;strokeWidth=2;verticalAlign=top;" vertex="1" parent="1">
-       <mxGeometry x="40" y="1200" width="2220" height="280" as="geometry" />
-     </mxCell>
-     <mxCell id="vendor_label" value="VENDOR / PROVIDER LAYER — External Services (shared across all tenants in MVNE mode)" style="text;html=1;strokeColor=none;fillColor=none;align=left;verticalAlign=top;whiteSpace=wrap;rounded=0;fontSize=14;fontStyle=1;fontColor=#c62828;" vertex="1" parent="1">
+       <mxGeometry x="40" y="1200" width="2220" height="340" as="geometry" />
+     </mxCell>
+     <mxCell id="vendor_label" value="VENDOR / PROVIDER LAYER — External Services + Device Store (shared across all tenants)" style="text;html=1;strokeColor=none;fillColor=none;align=left;verticalAlign=top;whiteSpace=wrap;rounded=0;fontSize=14;fontStyle=1;fontColor=#c62828;" vertex="1" parent="1">
      <mxGeometry x="55" y="1205" width="800" height="24" as="geometry" />
    </mxCell>

    <!-- BICS -->
    <mxCell id="bics_bg" value="" style="rounded=1;whiteSpace=wrap;html=1;fillColor=#ffcdd2;strokeColor=#c62828;strokeWidth=1;" vertex="1" parent="1">
      <mxGeometry x="60" y="1240" width="350" height="220" as="geometry" />
    </mxCell>
    <mxCell id="bics_label" value="BICS SIMforThings — Cellular Data Layer" style="text;html=1;strokeColor=none;fillColor=none;align=center;verticalAlign=top;whiteSpace=wrap;rounded=0;fontSize=11;fontStyle=1;fontColor=#b71c1c;" vertex="1" parent="1">
      <mxGeometry x="60" y="1245" width="350" height="18" as="geometry" />
    </mxCell>
    <mxCell id="bics_esim" value="eSIM Profiles&#xa;Multi-IMSI&#xa;QR Code Provisioning" style="rounded=1;whiteSpace=wrap;html=1;fillColor=#ef9a9a;strokeColor=#c62828;fontSize=10;" vertex="1" parent="1">
      <mxGeometry x="80" y="1270" width="140" height="55" as="geometry" />
    </mxCell>
    <mxCell id="bics_data" value="LTE / 5G Data Pipe&#xa;Global roaming&#xa;Data-only (no native voice)" style="rounded=1;whiteSpace=wrap;html=1;fillColor=#ef9a9a;strokeColor=#c62828;fontSize=10;" vertex="1" parent="1">
      <mxGeometry x="240" y="1270" width="150" height="55" as="geometry" />
    </mxCell>
    <mxCell id="bics_portal" value="BICS Service Portal&#xa;https://my.bics.com/ServicePortal&#xa;SIM Management" style="rounded=1;whiteSpace=wrap;html=1;fillColor=#ef9a9a;strokeColor=#c62828;fontSize=10;" vertex="1" parent="1">
      <mxGeometry x="80" y="1340" width="200" height="45" as="geometry" />
    </mxCell>
    <mxCell id="bics_contract" value="Contract: SFT Service Agreement&#xa;12-month $75K/mo waiver&#xa;~3,000 subs to cover floor&#xa;API: https://api.sft.bics.com/" style="text;html=1;strokeColor=none;fillColor=none;align=left;verticalAlign=top;whiteSpace=wrap;rounded=0;fontSize=9;fontStyle=2;fontColor=#b71c1c;" vertex="1" parent="1">
      <mxGeometry x="80" y="1395" width="300" height="50" as="geometry" />
    </mxCell>

    <!-- Telnyx -->
    <mxCell id="telnyx_bg" value="" style="rounded=1;whiteSpace=wrap;html=1;fillColor=#ffcdd2;strokeColor=#c62828;strokeWidth=1;" vertex="1" parent="1">
      <mxGeometry x="430" y="1240" width="600" height="220" as="geometry" />
    </mxCell>
    <mxCell id="telnyx_label" value="Telnyx — SIP Trunking / DID Inventory / SMS-MMS / Number Porting" style="text;html=1;strokeColor=none;fillColor=none;align=center;verticalAlign=top;whiteSpace=wrap;rounded=0;fontSize=11;fontStyle=1;fontColor=#b71c1c;" vertex="1" parent="1">
      <mxGeometry x="430" y="1245" width="600" height="18" as="geometry" />
    </mxCell>

    <mxCell id="telnyx_sip" value="SIP Trunking&#xa;sip.telnyx.com:5061&#xa;TLS · SRTP required&#xa;STIR/SHAKEN built-in" style="rounded=1;whiteSpace=wrap;html=1;fillColor=#ef9a9a;strokeColor=#c62828;fontSize=10;" vertex="1" parent="1">
      <mxGeometry x="450" y="1270" width="150" height="60" as="geometry" />
    </mxCell>
    <mxCell id="telnyx_did" value="DID Inventory&#xa;Number Search&#xa;Number Purchase&#xa;E.164 path identifiers" style="rounded=1;whiteSpace=wrap;html=1;fillColor=#ef9a9a;strokeColor=#c62828;fontSize=10;" vertex="1" parent="1">
      <mxGeometry x="615" y="1270" width="140" height="60" as="geometry" />
    </mxCell>
    <mxCell id="telnyx_sms" value="SMS / MMS&#xa;Messaging Profiles&#xa;10DLC P2P Exemption&#xa;(in process)" style="rounded=1;whiteSpace=wrap;html=1;fillColor=#ef9a9a;strokeColor=#c62828;fontSize=10;" vertex="1" parent="1">
      <mxGeometry x="770" y="1270" width="130" height="60" as="geometry" />
    </mxCell>
    <mxCell id="telnyx_port" value="Number Porting&#xa;FastPort API&#xa;Port Orders" style="rounded=1;whiteSpace=wrap;html=1;fillColor=#ef9a9a;strokeColor=#c62828;fontSize=10;" vertex="1" parent="1">
      <mxGeometry x="915" y="1270" width="100" height="60" as="geometry" />
    </mxCell>
    <mxCell id="telnyx_cred" value="Telephony Credentials&#xa;Auto-generated SIP username/password&#xa;Immutable (no rotation)&#xa;Retrievable on GET for provisioning" style="rounded=1;whiteSpace=wrap;html=1;fillColor=#ef9a9a;strokeColor=#c62828;fontSize=10;" vertex="1" parent="1">
      <mxGeometry x="450" y="1345" width="280" height="55" as="geometry" />
    </mxCell>
    <mxCell id="telnyx_e911" value="E911 Service&#xa;Per-DID address registration&#xa;(enablement in process)" style="rounded=1;whiteSpace=wrap;html=1;fillColor=#ef9a9a;strokeColor=#c62828;fontSize=10;dashed=1;" vertex="1" parent="1">
      <mxGeometry x="750" y="1345" width="170" height="55" as="geometry" />
    </mxCell>
    <mxCell id="telnyx_api" value="API: https://api.telnyx.com/v2&#xa;Auth: Bearer API Key&#xa;Connection ID: 2984224004669178914&#xa;Messaging Profile: 40019ed1-..." style="text;html=1;strokeColor=none;fillColor=none;align=left;verticalAlign=top;whiteSpace=wrap;rounded=0;fontSize=9;fontStyle=2;fontColor=#b71c1c;" vertex="1" parent="1">
      <mxGeometry x="450" y="1410" width="350" height="50" as="geometry" />
    </mxCell>

    <!-- Acrobits -->
    <mxCell id="acrobits_bg" value="" style="rounded=1;whiteSpace=wrap;html=1;fillColor=#ffcdd2;strokeColor=#c62828;strokeWidth=1;" vertex="1" parent="1">
      <mxGeometry x="1050" y="1240" width="350" height="220" as="geometry" />
    </mxCell>
    <mxCell id="acrobits_label" value="Acrobits Cloud Softphone — White-Label Dialer" style="text;html=1;strokeColor=none;fillColor=none;align=center;verticalAlign=top;whiteSpace=wrap;rounded=0;fontSize=11;fontStyle=1;fontColor=#b71c1c;" vertex="1" parent="1">
      <mxGeometry x="1050" y="1245" width="350" height="18" as="geometry" />
    </mxCell>
    <mxCell id="acrobits_ios" value="iOS App&#xa;CallKit Integration&#xa;VoIP Push (APNs)&#xa;Background Ringing" style="rounded=1;whiteSpace=wrap;html=1;fillColor=#ef9a9a;strokeColor=#c62828;fontSize=10;" vertex="1" parent="1">
      <mxGeometry x="1070" y="1270" width="140" height="60" as="geometry" />
    </mxCell>
    <mxCell id="acrobits_android" value="Android App&#xa;Default Dialer Support&#xa;FCM Push&#xa;Background Service" style="rounded=1;whiteSpace=wrap;html=1;fillColor=#ef9a9a;strokeColor=#c62828;fontSize=10;" vertex="1" parent="1">
      <mxGeometry x="1230" y="1270" width="150" height="60" as="geometry" />
    </mxCell>
    <mxCell id="acrobits_prov" value="Provisioning&#xa;csc:user:pass@CLOUD_ID QR&#xa;Account XML endpoint&#xa;Cloud ID: 54873 (pending confirm)" style="rounded=1;whiteSpace=wrap;html=1;fillColor=#ef9a9a;strokeColor=#c62828;fontSize=10;" vertex="1" parent="1">
      <mxGeometry x="1070" y="1345" width="200" height="55" as="geometry" />
    </mxCell>
    <mxCell id="acrobits_codecs" value="Codecs: OPUS/ULAW/ALAW&#xa;Video: VP8/H264&#xa;Encryption: TLS + SRTP" style="rounded=1;whiteSpace=wrap;html=1;fillColor=#ef9a9a;strokeColor=#c62828;fontSize=10;" vertex="1" parent="1">
      <mxGeometry x="1280" y="1345" width="105" height="55" as="geometry" />
    </mxCell>

    <!-- Telgoo5 -->
    <!-- PSTN -->
    <mxCell id="pstn_bg" value="" style="rounded=1;whiteSpace=wrap;html=1;fillColor=#ffcdd2;strokeColor=#c62828;strokeWidth=1;" vertex="1" parent="1">
      <mxGeometry x="1740" y="1240" width="510" height="220" as="geometry" />
    </mxCell>
    <mxCell id="pstn_label" value="PSTN / Carrier Networks" style="text;html=1;strokeColor=none;fillColor=none;align=center;verticalAlign=top;whiteSpace=wrap;rounded=0;fontSize=11;fontStyle=1;fontColor=#b71c1c;" vertex="1" parent="1">
      <mxGeometry x="1740" y="1245" width="510" height="18" as="geometry" />
    </mxCell>
    <mxCell id="pstn_voice" value="Voice Termination&#xa;via Telnyx SIP Trunk&#xa;Inbound / Outbound&#xa;STIR/SHAKEN A-level" style="rounded=1;whiteSpace=wrap;html=1;fillColor=#ef9a9a;strokeColor=#c62828;fontSize=10;" vertex="1" parent="1">
      <mxGeometry x="1760" y="1270" width="150" height="60" as="geometry" />
    </mxCell>
    <mxCell id="pstn_sms" value="SMS/MMS Delivery&#xa;10DLC P2P Exempt&#xa;US carriers&#xa;AT&amp;T · T-Mobile · Verizon" style="rounded=1;whiteSpace=wrap;html=1;fillColor=#ef9a9a;strokeColor=#c62828;fontSize=10;" vertex="1" parent="1">
      <mxGeometry x="1925" y="1270" width="150" height="60" as="geometry" />
    </mxCell>
    <mxCell id="pstn_port" value="Number Portability&#xa;LNP (Local Number&#xa;Portability)&#xa;T-Mobile · AT&amp;T · Verizon" style="rounded=1;whiteSpace=wrap;html=1;fillColor=#ef9a9a;strokeColor=#c62828;fontSize=10;" vertex="1" parent="1">
      <mxGeometry x="2090" y="1270" width="140" height="60" as="geometry" />
    </mxCell>
    <mxCell id="pstn_carriers" value="Losing Carriers:&#xa;T-Mobile: T-Life app → Transfer PIN · Disable Port Out Protection&#xa;AT&amp;T: myAT&amp;T → Number Transfer PIN · Disable Wireless Account Lock&#xa;Verizon: #PORT or My Verizon → Number Transfer PIN · Disable Number Lock" style="text;html=1;strokeColor=none;fillColor=none;align=left;verticalAlign=top;whiteSpace=wrap;rounded=0;fontSize=9;fontStyle=0;fontColor=#b71c1c;" vertex="1" parent="1">
      <mxGeometry x="1760" y="1350" width="480" height="55" as="geometry" />
    </mxCell>

    <!-- Push notification services -->
    <mxCell id="push_bg" value="" style="rounded=1;whiteSpace=wrap;html=1;fillColor=#ffcdd2;strokeColor=#c62828;strokeWidth=1;" vertex="1" parent="1">
      <mxGeometry x="1760" y="1420" width="340" height="45" as="geometry" />
    </mxCell>
    <mxCell id="push_apns" value="Apple APNs&#xa;iOS VoIP Push" style="rounded=1;whiteSpace=wrap;html=1;fillColor=#ef9a9a;strokeColor=#c62828;fontSize=10;" vertex="1" parent="1">
      <mxGeometry x="1770" y="1425" width="120" height="35" as="geometry" />
    </mxCell>
    <mxCell id="push_fcm" value="Google FCM&#xa;Android Push" style="rounded=1;whiteSpace=wrap;html=1;fillColor=#ef9a9a;strokeColor=#c62828;fontSize=10;" vertex="1" parent="1">
      <mxGeometry x="1910" y="1425" width="120" height="35" as="geometry" />
    </mxCell>

    <!-- ============================================================ -->
    <!-- ZONE 7: MVNE TENANT LAYER (Phase 2, right bottom) -->
    <!-- ============================================================ -->
    <mxCell id="mvne_bg" value="" style="rounded=1;whiteSpace=wrap;html=1;fillColor=#fff8e1;strokeColor=#ff6f00;strokeWidth=2;verticalAlign=top;dashed=1;" vertex="1" parent="1">
      <mxGeometry x="1700" y="950" width="560" height="210" as="geometry" />
    </mxCell>
    <mxCell id="mvne_label" value="MVNE TENANT LAYER (Phase 2) — ISP White-Label Instances" style="text;html=1;strokeColor=none;fillColor=none;align=left;verticalAlign=top;whiteSpace=wrap;rounded=0;fontSize=12;fontStyle=1;fontColor=#ff6f00;" vertex="1" parent="1">
      <mxGeometry x="1715" y="955" width="530" height="20" as="geometry" />
    </mxCell>

    <mxCell id="tenant_own" value="MobilityNet (Own Brand)&#xa;mymobilitynet.io&#xa;Markets: Lewiston · Kendall&#xa;Plan: $25/mo Unlimited" style="rounded=1;whiteSpace=wrap;html=1;fillColor=#ffe082;strokeColor=#ff6f00;fontSize=10;" vertex="1" parent="1">
      <mxGeometry x="1720" y="985" width="170" height="65" as="geometry" />
    </mxCell>
    <mxCell id="tenant_a" value="ISP Tenant A ★&#xa;(Regional Broadband Co.)&#xa;Own brand · Own plans&#xa;Own Acrobits Cloud ID" style="rounded=1;whiteSpace=wrap;html=1;fillColor=#ffe082;strokeColor=#ff6f00;fontSize=10;dashed=1;" vertex="1" parent="1">
      <mxGeometry x="1910" y="985" width="170" height="65" as="geometry" />
    </mxCell>
    <mxCell id="tenant_b" value="ISP Tenant B ★&#xa;(Community Fiber Inc.)&#xa;Own brand · Own plans&#xa;Own Acrobits Cloud ID" style="rounded=1;whiteSpace=wrap;html=1;fillColor=#ffe082;strokeColor=#ff6f00;fontSize=10;dashed=1;" vertex="1" parent="1">
      <mxGeometry x="2100" y="985" width="145" height="65" as="geometry" />
    </mxCell>
    <mxCell id="mvne_billing" value="Single BICS data bill + Single Telnyx voice/SMS bill → Pivot-Tech internal OCS/BSS handles metering, billing export to Gaiia" style="text;html=1;strokeColor=none;fillColor=none;align=left;verticalAlign=top;whiteSpace=wrap;rounded=0;fontSize=9;fontStyle=2;fontColor=#ff6f00;" vertex="1" parent="1">
      <mxGeometry x="1720" y="1060" width="520" height="16" as="geometry" />
    </mxCell>
    <mxCell id="master_admin" value="Master Admin Portal ★&#xa;Provision tenants&#xa;Set wholesale rates&#xa;Generate invoices" style="rounded=1;whiteSpace=wrap;html=1;fillColor=#ff6f00;strokeColor=#e65100;fontColor=#ffffff;fontSize=10;dashed=1;" vertex="1" parent="1">
      <mxGeometry x="1720" y="1085" width="160" height="60" as="geometry" />
    </mxCell>

    <!-- ============================================================ -->
    <!-- CONNECTOR ARROWS -->
    <!-- ============================================================ -->

    <!-- Customer device → BICS (data) -->
    <mxCell id="arr_dev_bics" value="eSIM data" style="edgeStyle=orthogonalEdgeStyle;rounded=0;strokeColor=#e65100;strokeWidth=1.5;endArrow=block;endFill=1;dashed=0;" edge="1" parent="1" source="esim" target="bics_esim">
      <mxGeometry relative="1" as="geometry" />
    </mxCell>

    <!-- Customer device → Telnyx (SIP) -->
    <mxCell id="arr_dev_telnyx" value="SIP/TLS" style="edgeStyle=orthogonalEdgeStyle;rounded=0;strokeColor=#283593;strokeWidth=1.5;endArrow=block;endFill=1;" edge="1" parent="1" source="dialer_app" target="telnyx_sip">
      <mxGeometry relative="1" as="geometry" />
    </mxCell>

    <!-- Dashboard → Middleware -->
    <mxCell id="arr_dash_mw" value="HTTPS API&#xa;(browser direct)" style="edgeStyle=orthogonalEdgeStyle;rounded=0;strokeColor=#6a1b9a;strokeWidth=1.5;endArrow=block;endFill=1;" edge="1" parent="1" source="netlify_bg" target="mw_bg">
      <mxGeometry relative="1" as="geometry" />
    </mxCell>

    <!-- Admin → Middleware -->
    <mxCell id="arr_admin_mw" value="HTTPS API&#xa;(Bearer JWT)" style="edgeStyle=orthogonalEdgeStyle;rounded=0;strokeColor=#37474f;strokeWidth=1.5;endArrow=block;endFill=1;" edge="1" parent="1" source="admin_bg" target="mw_bg">
      <mxGeometry relative="1" as="geometry" />
    </mxCell>

    <!-- Middleware → Telnyx -->
    <mxCell id="arr_mw_telnyx" value="REST v2&#xa;Bearer Auth" style="edgeStyle=orthogonalEdgeStyle;rounded=0;strokeColor=#c62828;strokeWidth=1.5;endArrow=block;endFill=1;" edge="1" parent="1" source="int_telnyx" target="telnyx_bg">
      <mxGeometry relative="1" as="geometry" />
    </mxCell>

    <!-- Middleware → AWS -->
    <mxCell id="arr_mw_aws" value="VPC Connector v3" style="edgeStyle=orthogonalEdgeStyle;rounded=0;strokeColor=#e65100;strokeWidth=1.5;endArrow=block;endFill=1;" edge="1" parent="1" source="mw_bg" target="aws_bg">
      <mxGeometry relative="1" as="geometry" />
    </mxCell>

    <!-- ============================================================ -->
    <!-- LEGEND -->
    <!-- ============================================================ -->
    <mxCell id="legend_bg" value="" style="rounded=1;whiteSpace=wrap;html=1;fillColor=#fafafa;strokeColor=#9e9e9e;strokeWidth=1;" vertex="1" parent="1">
-       <mxGeometry x="40" y="1510" width="1620" height="70" as="geometry" />
+       <mxGeometry x="40" y="1570" width="1620" height="70" as="geometry" />
    </mxCell>
    <mxCell id="legend_title" value="LEGEND" style="text;html=1;strokeColor=none;fillColor=none;align=left;verticalAlign=top;whiteSpace=wrap;rounded=0;fontSize=11;fontStyle=1;" vertex="1" parent="1">
-       <mxGeometry x="55" y="1515" width="100" height="16" as="geometry" />
+       <mxGeometry x="55" y="1575" width="100" height="16" as="geometry" />
    </mxCell>

    <mxCell id="leg1" value="" style="rounded=1;fillColor=#66bb6a;strokeColor=#2e7d32;" vertex="1" parent="1">
-       <mxGeometry x="55" y="1540" width="18" height="14" as="geometry" />
+       <mxGeometry x="55" y="1600" width="18" height="14" as="geometry" />
    </mxCell>
    <mxCell id="leg1t" value="Phase 1 — LIVE" style="text;html=1;strokeColor=none;fillColor=none;align=left;fontSize=9;" vertex="1" parent="1">
-       <mxGeometry x="80" y="1540" width="100" height="14" as="geometry" />
+       <mxGeometry x="80" y="1600" width="100" height="14" as="geometry" />
    </mxCell>

    <mxCell id="leg2" value="" style="rounded=1;fillColor=#ef9a9a;strokeColor=#c62828;dashed=1;strokeWidth=2;" vertex="1" parent="1">
-       <mxGeometry x="200" y="1540" width="18" height="14" as="geometry" />
+       <mxGeometry x="200" y="1600" width="18" height="14" as="geometry" />
    </mxCell>
    <mxCell id="leg2t" value="Phase 2 — MVNE Multi-Tenant (★)" style="text;html=1;strokeColor=none;fillColor=none;align=left;fontSize=9;" vertex="1" parent="1">
-       <mxGeometry x="225" y="1540" width="180" height="14" as="geometry" />
+       <mxGeometry x="225" y="1600" width="180" height="14" as="geometry" />
    </mxCell>

    <mxCell id="leg3" value="" style="rounded=1;fillColor=#ffcc80;strokeColor=#c62828;dashed=1;strokeWidth=2;" vertex="1" parent="1">
-       <mxGeometry x="420" y="1540" width="18" height="14" as="geometry" />
+       <mxGeometry x="420" y="1600" width="18" height="14" as="geometry" />
    </mxCell>
    <mxCell id="leg3t" value="New DB tables (Phase 2)" style="text;html=1;strokeColor=none;fillColor=none;align=left;fontSize=9;" vertex="1" parent="1">
-       <mxGeometry x="445" y="1540" width="140" height="14" as="geometry" />
+       <mxGeometry x="445" y="1600" width="140" height="14" as="geometry" />
    </mxCell>

    <mxCell id="leg4" value="" style="rounded=1;fillColor=#fff9c4;strokeColor=#f57f17;dashed=1;" vertex="1" parent="1">
-       <mxGeometry x="600" y="1540" width="18" height="14" as="geometry" />
+       <mxGeometry x="600" y="1600" width="18" height="14" as="geometry" />
    </mxCell>
    <mxCell id="leg4t" value="Pending Implementation" style="text;html=1;strokeColor=none;fillColor=none;align=left;fontSize=9;" vertex="1" parent="1">
-       <mxGeometry x="625" y="1540" width="130" height="14" as="geometry" />
+       <mxGeometry x="625" y="1600" width="130" height="14" as="geometry" />
    </mxCell>

    <mxCell id="leg5" value="" style="rounded=1;fillColor=#e3f2fd;strokeColor=#1565c0;" vertex="1" parent="1">
-       <mxGeometry x="770" y="1540" width="18" height="14" as="geometry" />
+       <mxGeometry x="770" y="1600" width="18" height="14" as="geometry" />
    </mxCell>
    <mxCell id="leg5t" value="Customer-facing" style="text;html=1;strokeColor=none;fillColor=none;align=left;fontSize=9;" vertex="1" parent="1">
-       <mxGeometry x="795" y="1540" width="100" height="14" as="geometry" />
+       <mxGeometry x="795" y="1600" width="100" height="14" as="geometry" />
    </mxCell>

    <mxCell id="leg6" value="" style="rounded=1;fillColor=#37474f;strokeColor=#263238;" vertex="1" parent="1">
-       <mxGeometry x="910" y="1540" width="18" height="14" as="geometry" />
+       <mxGeometry x="910" y="1600" width="18" height="14" as="geometry" />
    </mxCell>
    <mxCell id="leg6t" value="Admin/Ops (internal)" style="text;html=1;strokeColor=none;fillColor=none;align=left;fontSize=9;" vertex="1" parent="1">
-       <mxGeometry x="935" y="1540" width="120" height="14" as="geometry" />
+       <mxGeometry x="935" y="1600" width="120" height="14" as="geometry" />
    </mxCell>

    <mxCell id="leg7" value="" style="rounded=1;fillColor=#fff3e0;strokeColor=#e65100;" vertex="1" parent="1">
-       <mxGeometry x="1070" y="1540" width="18" height="14" as="geometry" />
+       <mxGeometry x="1070" y="1600" width="18" height="14" as="geometry" />
    </mxCell>
    <mxCell id="leg7t" value="AWS Infrastructure" style="text;html=1;strokeColor=none;fillColor=none;align=left;fontSize=9;" vertex="1" parent="1">
-       <mxGeometry x="1095" y="1540" width="110" height="14" as="geometry" />
+       <mxGeometry x="1095" y="1600" width="110" height="14" as="geometry" />
    </mxCell>

    <mxCell id="leg8" value="" style="rounded=1;fillColor=#fce4ec;strokeColor=#c62828;" vertex="1" parent="1">
-       <mxGeometry x="1220" y="1540" width="18" height="14" as="geometry" />
+       <mxGeometry x="1220" y="1600" width="18" height="14" as="geometry" />
    </mxCell>
    <mxCell id="leg8t" value="External Vendors" style="text;html=1;strokeColor=none;fillColor=none;align=left;fontSize=9;" vertex="1" parent="1">
-       <mxGeometry x="1245" y="1540" width="100" height="14" as="geometry" />
+       <mxGeometry x="1245" y="1600" width="100" height="14" as="geometry" />
    </mxCell>

    <!-- Revenue model -->
    <mxCell id="rev_label" value="REVENUE: $25/mo Unlimited 30 (throttled) | $25/mo Unlimited 30 Plus ($2/GB overage) | $10/mo Starter ($2/GB overage) · BICS waiver expires ~March 2027 · Target: 3,000 subs" style="text;html=1;strokeColor=none;fillColor=none;align=left;verticalAlign=top;whiteSpace=wrap;rounded=0;fontSize=9;fontStyle=2;fontColor=#424242;" vertex="1" parent="1">
-       <mxGeometry x="55" y="1560" width="1580" height="14" as="geometry" />
+       <mxGeometry x="55" y="1620" width="1580" height="14" as="geometry" />
    </mxCell>

    <mxCell id="ocs_bg" value="" style="rounded=1;whiteSpace=wrap;html=1;fillColor=#e8f5e9;strokeColor=#2e7d32;strokeWidth=1;" vertex="1" parent="1">
      <mxGeometry x="1420" y="1240" width="300" height="220" as="geometry" />
    </mxCell>
    <mxCell id="ocs_label" value="Internal OCS/BSS — Built on BICS + PostgreSQL" style="text;html=1;strokeColor=none;fillColor=none;align=center;verticalAlign=top;whiteSpace=wrap;rounded=0;fontSize=11;fontStyle=1;fontColor=#1b5e20;" vertex="1" parent="1">
      <mxGeometry x="1420" y="1245" width="300" height="18" as="geometry" />
    </mxCell>
    <mxCell id="ocs_enforce" value="BICS Plan Enforcement&#xa;Network-level counters&#xa;Auto-throttle at cap&#xa;Real-time (no polling)" style="rounded=1;whiteSpace=wrap;html=1;fillColor=#a5d6a7;strokeColor=#2e7d32;fontSize=10;" vertex="1" parent="1">
      <mxGeometry x="1440" y="1270" width="130" height="60" as="geometry" />
    </mxCell>
    <mxCell id="ocs_usage" value="Usage Polling Service&#xa;GET /GetStatistics daily&#xa;→ usage_records table&#xa;Overage calculation" style="rounded=1;whiteSpace=wrap;html=1;fillColor=#a5d6a7;strokeColor=#2e7d32;fontSize=10;" vertex="1" parent="1">
      <mxGeometry x="1585" y="1270" width="120" height="60" as="geometry" />
    </mxCell>
    <mxCell id="ocs_billing" value="Billing Export&#xa;Gaiia Adapter (launch)&#xa;Stripe Adapter (Phase 2)&#xa;CSV + JSON endpoints" style="rounded=1;whiteSpace=wrap;html=1;fillColor=#a5d6a7;strokeColor=#2e7d32;fontSize=10;" vertex="1" parent="1">
      <mxGeometry x="1440" y="1345" width="130" height="55" as="geometry" />
    </mxCell>
    <mxCell id="ocs_lifecycle" value="Lifecycle Mgmt&#xa;Activate / Suspend&#xa;Dunning (reason: 2)&#xa;Resume on payment" style="rounded=1;whiteSpace=wrap;html=1;fillColor=#a5d6a7;strokeColor=#2e7d32;fontSize=10;" vertex="1" parent="1">
      <mxGeometry x="1585" y="1345" width="120" height="55" as="geometry" />
    </mxCell>
    <mxCell id="svc_usage" value="Usage Service&#xa;pollUsageForAccount()&#xa;pollAllActiveAccounts()&#xa;PLAN_CAPS enforcement" style="rounded=1;whiteSpace=wrap;html=1;fillColor=#81c784;strokeColor=#2e7d32;fontSize=9;" vertex="1" parent="1">
      <mxGeometry x="1440" y="860" width="155" height="55" as="geometry" />
    </mxCell>
    <mxCell id="tbl_usage" value="usage_records&#xa;id · account_id · endpoint_id&#xa;data_total_mb · overage_mb&#xa;overage_charge · polled_at" style="rounded=0;whiteSpace=wrap;html=1;fillColor=#e8f5e9;strokeColor=#2e7d32;fontSize=9;align=left;spacingLeft=4;verticalAlign=top;" vertex="1" parent="1">
      <mxGeometry x="1120" y="1085" width="150" height="52" as="geometry" />
+     </mxCell>
+ 
+     <mxCell id="t5store_bg" value="" style="rounded=1;whiteSpace=wrap;html=1;fillColor=#fff3e0;strokeColor=#e65100;strokeWidth=1;" vertex="1" parent="1">
+       <mxGeometry x="60" y="1420" width="700" height="55" as="geometry" />
+     </mxCell>
+     <mxCell id="t5store_label" value="Telgoo5 — Device Store Only (no BSS subscribers)" style="text;html=1;strokeColor=none;fillColor=none;align=left;verticalAlign=top;whiteSpace=wrap;rounded=0;fontSize=10;fontStyle=1;fontColor=#e65100;" vertex="1" parent="1">
+       <mxGeometry x="75" y="1422" width="400" height="16" as="geometry" />
+     </mxCell>
+     <mxCell id="t5store_catalog" value="Device Catalog&#xa;Phones · Tablets&#xa;Accessories" style="rounded=1;whiteSpace=wrap;html=1;fillColor=#ffe0b2;strokeColor=#e65100;fontSize=10;" vertex="1" parent="1">
+       <mxGeometry x="75" y="1440" width="120" height="30" as="geometry" />
+     </mxCell>
+     <mxCell id="t5store_order" value="Order Mgmt&#xa;Purchase · Payment" style="rounded=1;whiteSpace=wrap;html=1;fillColor=#ffe0b2;strokeColor=#e65100;fontSize=10;" vertex="1" parent="1">
+       <mxGeometry x="210" y="1440" width="120" height="30" as="geometry" />
+     </mxCell>
+     <mxCell id="t5store_fulfill" value="Fulfillment&#xa;Shipping · Returns&#xa;Warranty" style="rounded=1;whiteSpace=wrap;html=1;fillColor=#ffe0b2;strokeColor=#e65100;fontSize=10;" vertex="1" parent="1">
+       <mxGeometry x="345" y="1440" width="120" height="30" as="geometry" />
+     </mxCell>
+     <mxCell id="t5store_note" value="Iframe or redirect from&#xa;mymobilitynet.io — no subscriber&#xa;data flows to Telgoo5 BSS" style="rounded=1;whiteSpace=wrap;html=1;fillColor=#fff9c4;strokeColor=#f57f17;fontSize=9;fontStyle=2;" vertex="1" parent="1">
+       <mxGeometry x="480" y="1438" width="170" height="34" as="geometry" />
+     </mxCell>
+     <mxCell id="device_store_link" value="Need a phone?&#xa;→ Telgoo5 Device Store&#xa;(iframe / redirect)" style="rounded=1;whiteSpace=wrap;html=1;fillColor=#fff3e0;strokeColor=#e65100;fontSize=10;dashed=1;" vertex="1" parent="1">
+       <mxGeometry x="595" y="510" width="115" height="60" as="geometry" />
    </mxCell>
  </root>
</mxGraphModel>
  </diagram>
</mxfile>